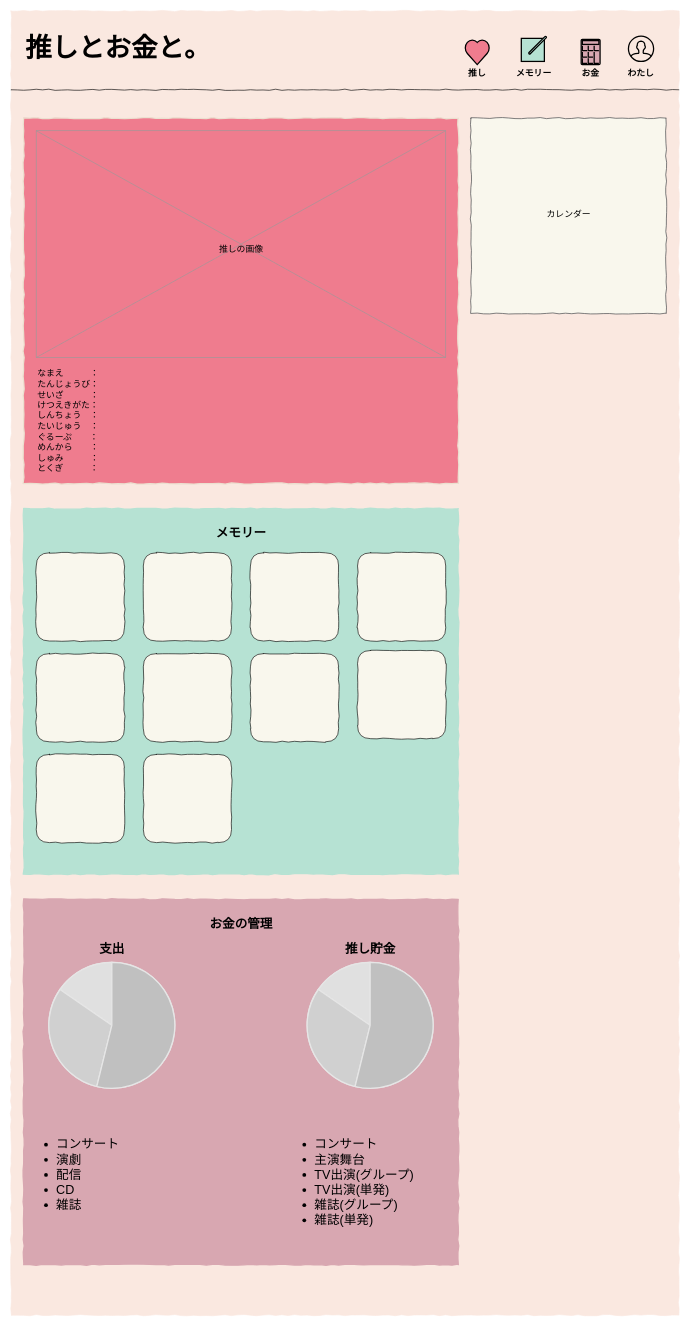
Above: page "トップ" (2 of 4) of Untitled Diagram.drawio in yuko-miyamoto/Laravel_10 (draw.io), before the change. Source tidied: cells renumbered, new cells numbered last; positions are measured from the earlier drawing's top-left corner, leaving out a move shared by most shapes. Both pictures are drawn from the tidied source at 63%, with x=0, y=0 at pixel (11, 11).
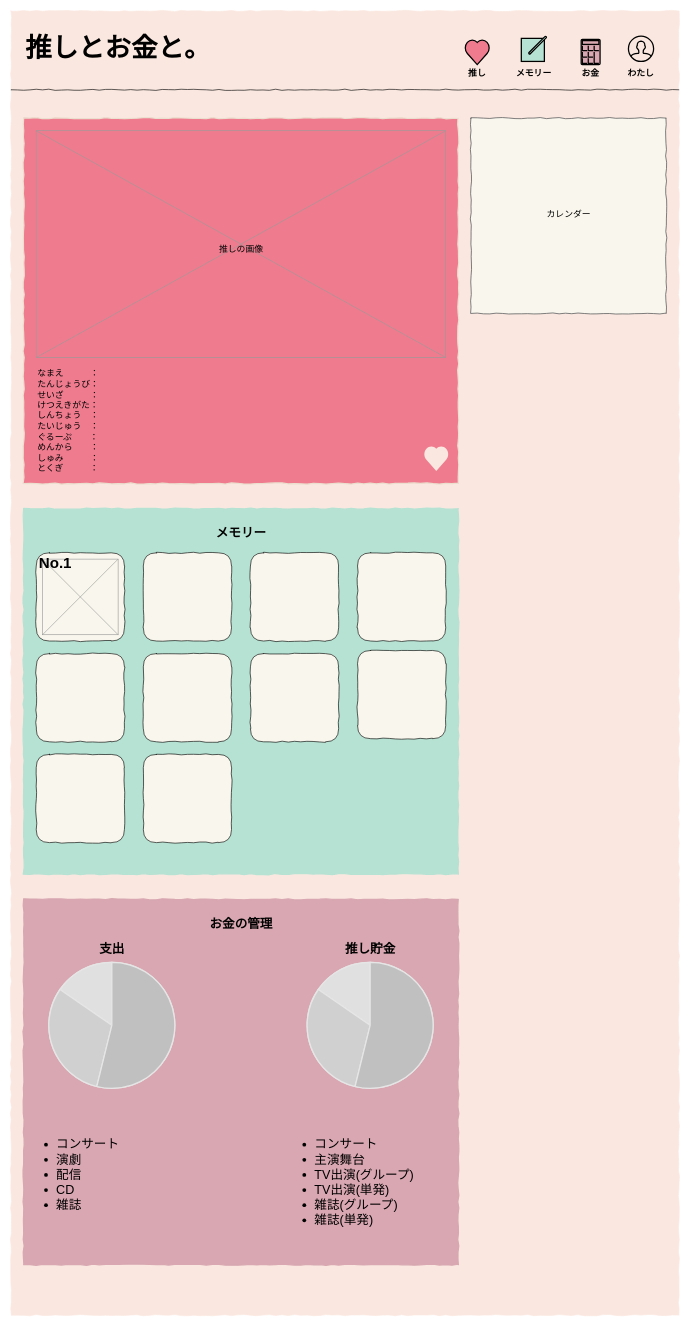
Above is the later version.

The edit, as a diff of the source:
```diff
@@
+    <mxCell id="39" style="verticalLabelPosition=bottom;shadow=0;dashed=0;align=center;html=1;verticalAlign=top;strokeWidth=1;shape=mxgraph.mockup.graphics.simpleIcon;strokeColor=#999999;rounded=1;fontSize=18;fillColor=none;" parent="1" vertex="1">
+      <mxGeometry x="50" y="870" width="120" height="120" as="geometry" />
+    </mxCell>
+    <mxCell id="40" value="No.1" style="text;strokeColor=none;fillColor=none;html=1;fontSize=24;fontStyle=1;verticalAlign=middle;align=center;rounded=0;shadow=0;glass=0;sketch=0;fontColor=#000000;" parent="1" vertex="1">
+      <mxGeometry x="20" y="857" width="100" height="40" as="geometry" />
+    </mxCell>
+    <mxCell id="41" style="html=1;verticalLabelPosition=bottom;align=center;labelBackgroundColor=#ffffff;verticalAlign=top;strokeWidth=2;strokeColor=none;shadow=0;dashed=0;shape=mxgraph.ios7.icons.heart;rounded=1;fontSize=18;fillColor=#FAE8E0;" parent="1" vertex="1">
+      <mxGeometry x="655" y="690" width="40" height="40" as="geometry" />
+    </mxCell>
```
